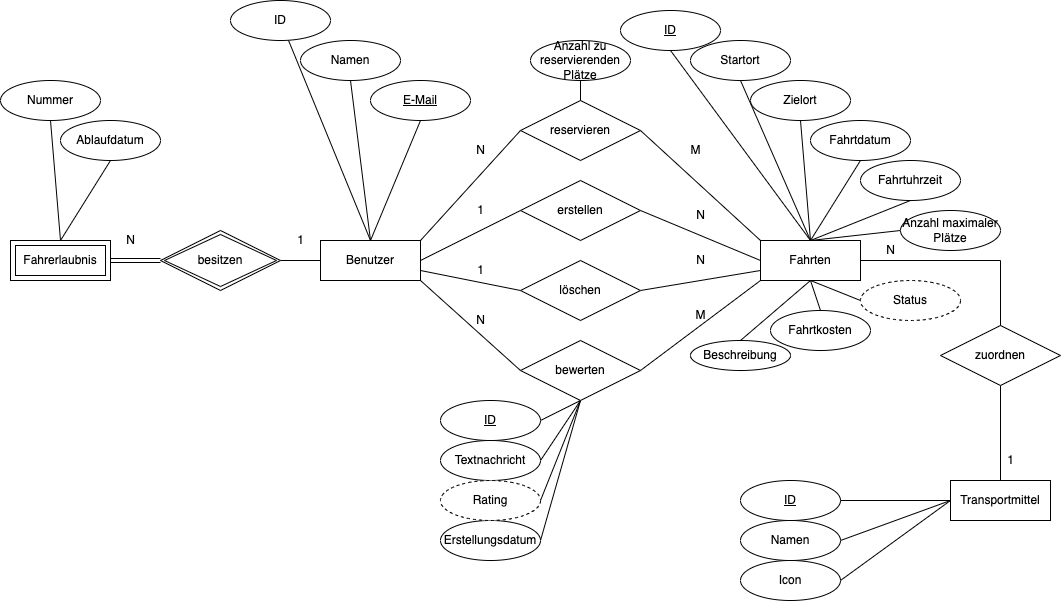
Deawsp/Datenbank keeps this draw.io diagram as block1-ws2122/Untitled Diagram.drawio.png. Above is the earlier version. Source tidied: cells renumbered, new cells last; positions are measured from the earlier drawing's top-left corner, leaving out a move shared by most shapes.
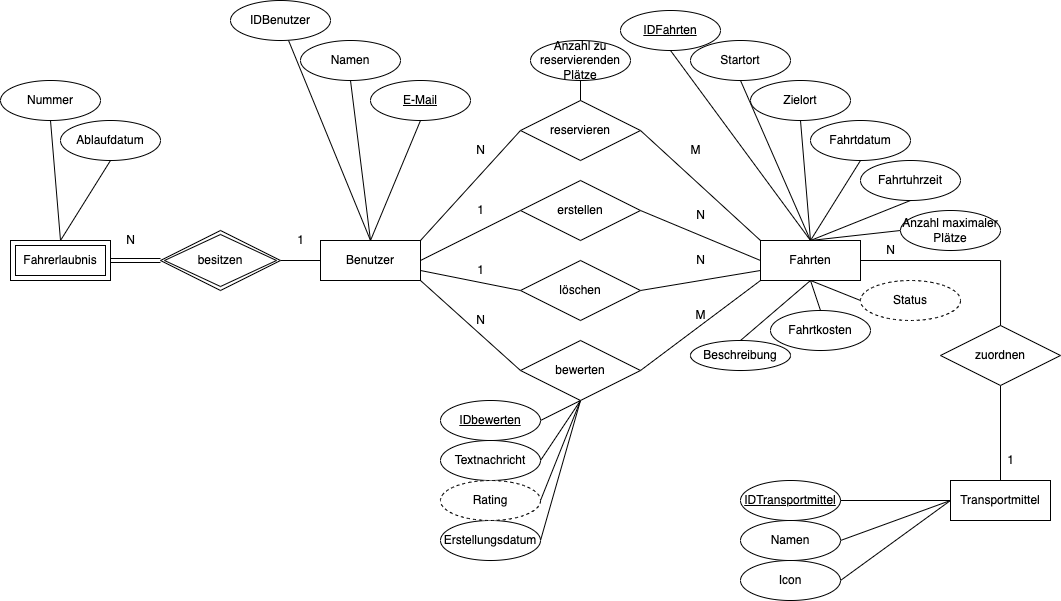
The same diagram one commit later.

Diff of the diagram source:
```diff
@@ -37,7 +37,7 @@
     <mxCell id="12" style="html=1;align=left;verticalAlign=bottom;" parent="11" vertex="1">
       <mxGeometry x="-1" relative="1" as="geometry" />
     </mxCell>
-    <mxCell id="13" value="ID" style="ellipse;whiteSpace=wrap;html=1;align=center;" parent="1" vertex="1">
+    <mxCell id="13" value="IDBenutzer" style="ellipse;whiteSpace=wrap;html=1;align=center;" parent="1" vertex="1">
       <mxGeometry x="230" width="100" height="40" as="geometry" />
     </mxCell>
     <mxCell id="14" style="edgeStyle=none;rounded=0;jettySize=auto;html=1;exitX=0.5;exitY=1;exitDx=0;exitDy=0;entryX=0.5;entryY=0;entryDx=0;entryDy=0;endArrow=none;endFill=0;" parent="1" edge="1" source="15" target="8">
@@ -126,7 +126,7 @@
     <mxCell id="39" value="bewerten" style="shape=rhombus;perimeter=rhombusPerimeter;whiteSpace=wrap;html=1;align=center;" parent="1" vertex="1">
       <mxGeometry x="520" y="340" width="120" height="60" as="geometry" />
     </mxCell>
-    <mxCell id="40" value="&lt;u&gt;ID&lt;/u&gt;" style="ellipse;whiteSpace=wrap;html=1;align=center;" parent="1" vertex="1">
+    <mxCell id="40" value="&lt;u&gt;IDFahrten&lt;/u&gt;" style="ellipse;whiteSpace=wrap;html=1;align=center;" parent="1" vertex="1">
       <mxGeometry x="620" y="10" width="100" height="40" as="geometry" />
     </mxCell>
     <mxCell id="41" style="edgeStyle=none;rounded=0;jettySize=auto;html=1;exitX=0.5;exitY=1;exitDx=0;exitDy=0;entryX=0.5;entryY=0;entryDx=0;entryDy=0;endArrow=none;endFill=0;" parent="1" edge="1" source="42" target="28">
@@ -183,7 +183,7 @@
     <mxCell id="58" style="edgeStyle=none;rounded=0;jettySize=auto;html=1;exitX=1;exitY=0.5;exitDx=0;exitDy=0;entryX=0;entryY=0.5;entryDx=0;entryDy=0;endArrow=none;endFill=0;" parent="1" edge="1" source="59" target="57">
       <mxGeometry relative="1" as="geometry" />
     </mxCell>
-    <mxCell id="59" value="&lt;u&gt;ID&lt;/u&gt;" style="ellipse;whiteSpace=wrap;html=1;align=center;" parent="1" vertex="1">
+    <mxCell id="59" value="&lt;u&gt;IDTransportmittel&lt;/u&gt;" style="ellipse;whiteSpace=wrap;html=1;align=center;" parent="1" vertex="1">
       <mxGeometry x="740" y="480" width="100" height="40" as="geometry" />
     </mxCell>
     <mxCell id="60" style="edgeStyle=none;rounded=0;jettySize=auto;html=1;exitX=1;exitY=0.5;exitDx=0;exitDy=0;endArrow=none;endFill=0;" parent="1" edge="1" source="61">
@@ -203,7 +203,7 @@
     <mxCell id="64" value="Status" style="ellipse;whiteSpace=wrap;html=1;align=center;dashed=1;" parent="1" vertex="1">
       <mxGeometry x="860" y="280" width="100" height="40" as="geometry" />
     </mxCell>
-    <mxCell id="65" value="&lt;u&gt;ID&lt;/u&gt;" style="ellipse;whiteSpace=wrap;html=1;align=center;" parent="1" vertex="1">
+    <mxCell id="65" value="&lt;u&gt;IDbewerten&lt;/u&gt;" style="ellipse;whiteSpace=wrap;html=1;align=center;" parent="1" vertex="1">
       <mxGeometry x="440" y="400" width="100" height="40" as="geometry" />
     </mxCell>
     <mxCell id="66" value="Textnachricht" style="ellipse;whiteSpace=wrap;html=1;align=center;" parent="1" vertex="1">
```
